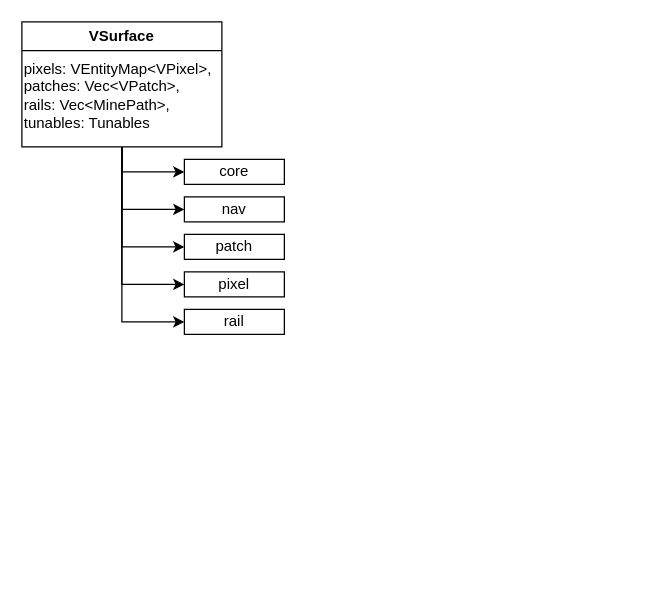
TheLQ/tako-diagrams keeps this draw.io diagram as facto-loop-miner.drawio. Above is the earlier version. Source tidied: cells renumbered, new cells numbered last; positions are measured from the earlier drawing's top-left corner, leaving out a move shared by most shapes. Both pictures are drawn from the tidied source at 125%, with x=0, y=0 at pixel (21, 21).
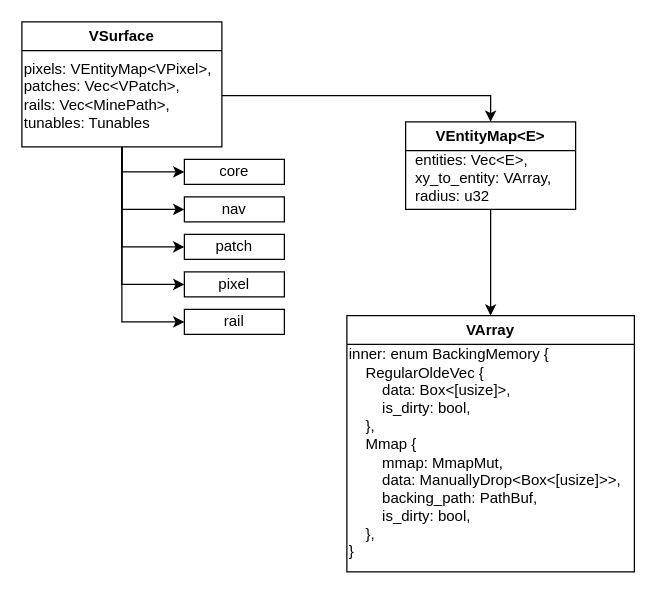
Above is the later version.

Commit message:
facto: add ventitymap, varray

The edit, as a diff of the source:
```diff
@@
 <mxGraphModel>
   <root>
     <mxCell id="0" />
     <mxCell id="1" parent="0" />
     <mxCell id="2" style="edgeStyle=orthogonalEdgeStyle;rounded=0;jettySize=auto;html=1;entryX=0;entryY=0.5;entryDx=0;entryDy=0;" parent="1" edge="1" source="7" target="9">
       <mxGeometry relative="1" as="geometry" />
     </mxCell>
     <mxCell id="3" style="edgeStyle=orthogonalEdgeStyle;rounded=0;jettySize=auto;html=1;entryX=0;entryY=0.5;entryDx=0;entryDy=0;" parent="1" edge="1" source="7" target="10">
       <mxGeometry relative="1" as="geometry" />
     </mxCell>
     <mxCell id="4" style="edgeStyle=orthogonalEdgeStyle;rounded=0;jettySize=auto;html=1;entryX=0;entryY=0.5;entryDx=0;entryDy=0;" parent="1" edge="1" source="7" target="11">
       <mxGeometry relative="1" as="geometry" />
     </mxCell>
     <mxCell id="5" style="edgeStyle=orthogonalEdgeStyle;rounded=0;jettySize=auto;html=1;entryX=0;entryY=0.5;entryDx=0;entryDy=0;" parent="1" edge="1" source="7" target="12">
       <mxGeometry relative="1" as="geometry" />
     </mxCell>
     <mxCell id="6" style="edgeStyle=orthogonalEdgeStyle;rounded=0;jettySize=auto;html=1;entryX=0;entryY=0.5;entryDx=0;entryDy=0;" parent="1" edge="1" source="7" target="13">
       <mxGeometry relative="1" as="geometry" />
     </mxCell>
     <mxCell id="7" value="VSurface" style="swimlane;whiteSpace=wrap;html=1;" parent="1" vertex="1">
       <mxGeometry width="160" height="100" as="geometry" />
     </mxCell>
     <mxCell id="8" value="&lt;div&gt;pixels: VEntityMap&amp;lt;VPixel&amp;gt;,&lt;/div&gt;&lt;div&gt;patches: Vec&amp;lt;VPatch&amp;gt;,&lt;/div&gt;&lt;div&gt;rails: Vec&amp;lt;MinePath&amp;gt;,&lt;/div&gt;&lt;div&gt;tunables: Tunables&lt;/div&gt;" style="text;html=1;align=left;verticalAlign=middle;whiteSpace=wrap;rounded=0;" parent="7" vertex="1">
       <mxGeometry y="28" width="160" height="62" as="geometry" />
     </mxCell>
     <mxCell id="9" value="core" style="rounded=0;whiteSpace=wrap;html=1;fontFamily=Helvetica;fontSize=12;fontColor=#000000;align=center;" parent="1" vertex="1">
       <mxGeometry x="130" y="110" width="80" height="20" as="geometry" />
     </mxCell>
     <mxCell id="10" value="nav" style="rounded=0;whiteSpace=wrap;html=1;fontFamily=Helvetica;fontSize=12;fontColor=#000000;align=center;" parent="1" vertex="1">
       <mxGeometry x="130" y="140" width="80" height="20" as="geometry" />
     </mxCell>
     <mxCell id="11" value="patch" style="rounded=0;whiteSpace=wrap;html=1;fontFamily=Helvetica;fontSize=12;fontColor=#000000;align=center;" parent="1" vertex="1">
       <mxGeometry x="130" y="170" width="80" height="20" as="geometry" />
     </mxCell>
     <mxCell id="12" value="pixel" style="rounded=0;whiteSpace=wrap;html=1;fontFamily=Helvetica;fontSize=12;fontColor=#000000;align=center;" parent="1" vertex="1">
       <mxGeometry x="130" y="200" width="80" height="20" as="geometry" />
     </mxCell>
     <mxCell id="13" value="rail" style="rounded=0;whiteSpace=wrap;html=1;fontFamily=Helvetica;fontSize=12;fontColor=#000000;align=center;" parent="1" vertex="1">
       <mxGeometry x="130" y="230" width="80" height="20" as="geometry" />
     </mxCell>
+    <mxCell id="14" style="edgeStyle=orthogonalEdgeStyle;rounded=0;jettySize=auto;html=1;" parent="1" edge="1" source="15" target="19">
+      <mxGeometry relative="1" as="geometry" />
+    </mxCell>
+    <mxCell id="15" value="VEntityMap&amp;lt;E&amp;gt;" style="swimlane;whiteSpace=wrap;html=1;" parent="1" vertex="1">
+      <mxGeometry x="307" y="80" width="136" height="70" as="geometry" />
+    </mxCell>
+    <mxCell id="16" value="&lt;div&gt;entities: Vec&amp;lt;E&amp;gt;,&lt;/div&gt;&lt;div&gt;xy_to_entity: VArray,&lt;/div&gt;&lt;div&gt;radius: u32&lt;/div&gt;" style="text;html=1;whiteSpace=wrap;strokeColor=none;fillColor=none;align=left;verticalAlign=middle;rounded=0;" parent="15" vertex="1">
+      <mxGeometry x="6" y="30" width="130" height="30" as="geometry" />
+    </mxCell>
+    <mxCell id="17" value="&lt;div align=&quot;left&quot;&gt;inner: enum BackingMemory {&lt;/div&gt;&lt;div align=&quot;left&quot;&gt;&amp;nbsp; &amp;nbsp; RegularOldeVec {&lt;br&gt;&amp;nbsp; &amp;nbsp; &amp;nbsp; &amp;nbsp; data: Box&amp;lt;[usize]&amp;gt;,&lt;br&gt;&amp;nbsp; &amp;nbsp; &amp;nbsp; &amp;nbsp; is_dirty: bool,&lt;br&gt;&amp;nbsp; &amp;nbsp; },&lt;br&gt;&amp;nbsp; &amp;nbsp; Mmap {&lt;br&gt;&amp;nbsp; &amp;nbsp; &amp;nbsp; &amp;nbsp; mmap: MmapMut,&lt;br&gt;&amp;nbsp; &amp;nbsp; &amp;nbsp; &amp;nbsp; data: ManuallyDrop&amp;lt;Box&amp;lt;[usize]&amp;gt;&amp;gt;,&lt;br&gt;&amp;nbsp; &amp;nbsp; &amp;nbsp; &amp;nbsp; backing_path: PathBuf,&lt;br&gt;&amp;nbsp; &amp;nbsp; &amp;nbsp; &amp;nbsp; is_dirty: bool,&lt;br&gt;&amp;nbsp; &amp;nbsp; },&lt;/div&gt;&lt;div align=&quot;left&quot;&gt;}&amp;nbsp;&lt;/div&gt;" style="text;html=1;whiteSpace=wrap;strokeColor=none;fillColor=none;align=left;verticalAlign=middle;rounded=0;" parent="1" vertex="1">
+      <mxGeometry x="260" y="260" width="230" height="170" as="geometry" />
+    </mxCell>
+    <mxCell id="18" style="edgeStyle=orthogonalEdgeStyle;rounded=0;jettySize=auto;html=1;entryX=0.5;entryY=0;entryDx=0;entryDy=0;" parent="1" edge="1" source="8" target="15">
+      <mxGeometry relative="1" as="geometry" />
+    </mxCell>
+    <mxCell id="19" value="VArray" style="swimlane;whiteSpace=wrap;html=1;" parent="1" vertex="1">
+      <mxGeometry x="260" y="235" width="230" height="205" as="geometry" />
+    </mxCell>
   </root>
 </mxGraphModel>
```
